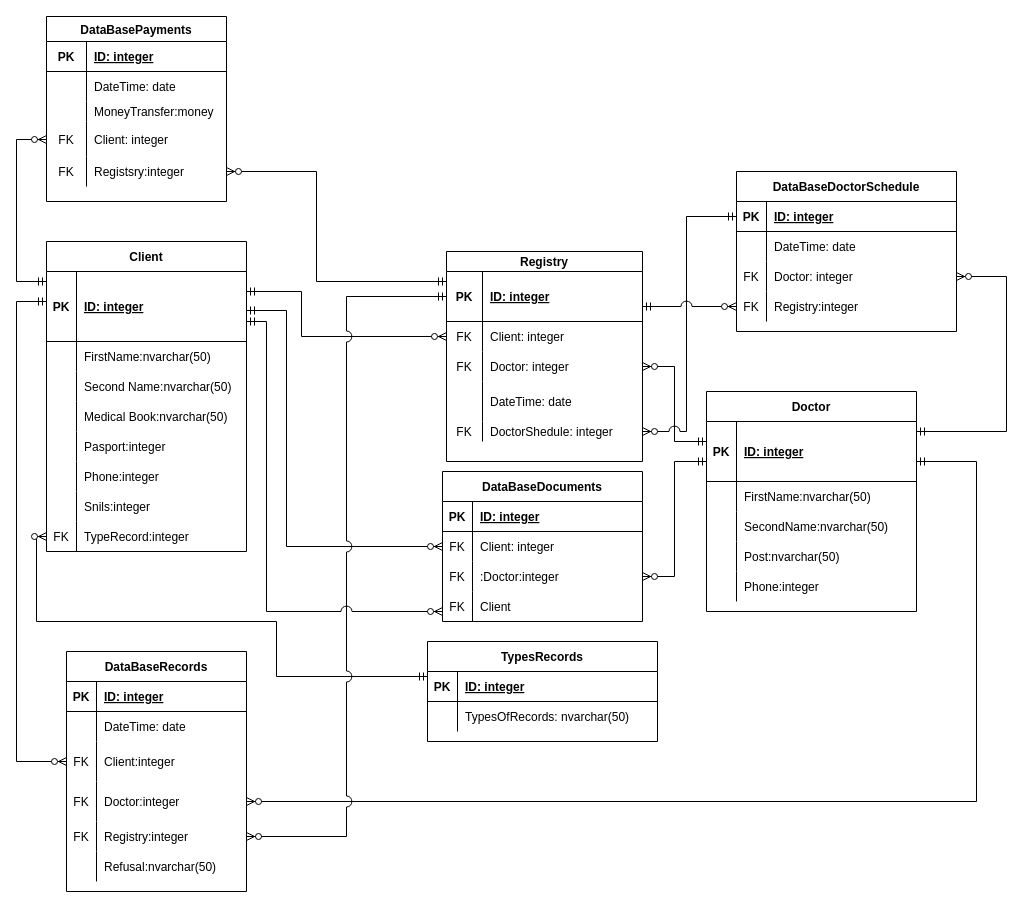
This is page "Страница 3" (3 of 3) of diagram.drawio from vlvsk/TechnologiiProg, a draw.io file, before an edit. Source tidied: cells renumbered, new cells numbered last; positions are measured from the earlier drawing's top-left corner, leaving out a move shared by most shapes. Both pictures are drawn from the tidied source at 100%, with x=0, y=0 at pixel (16, 16).
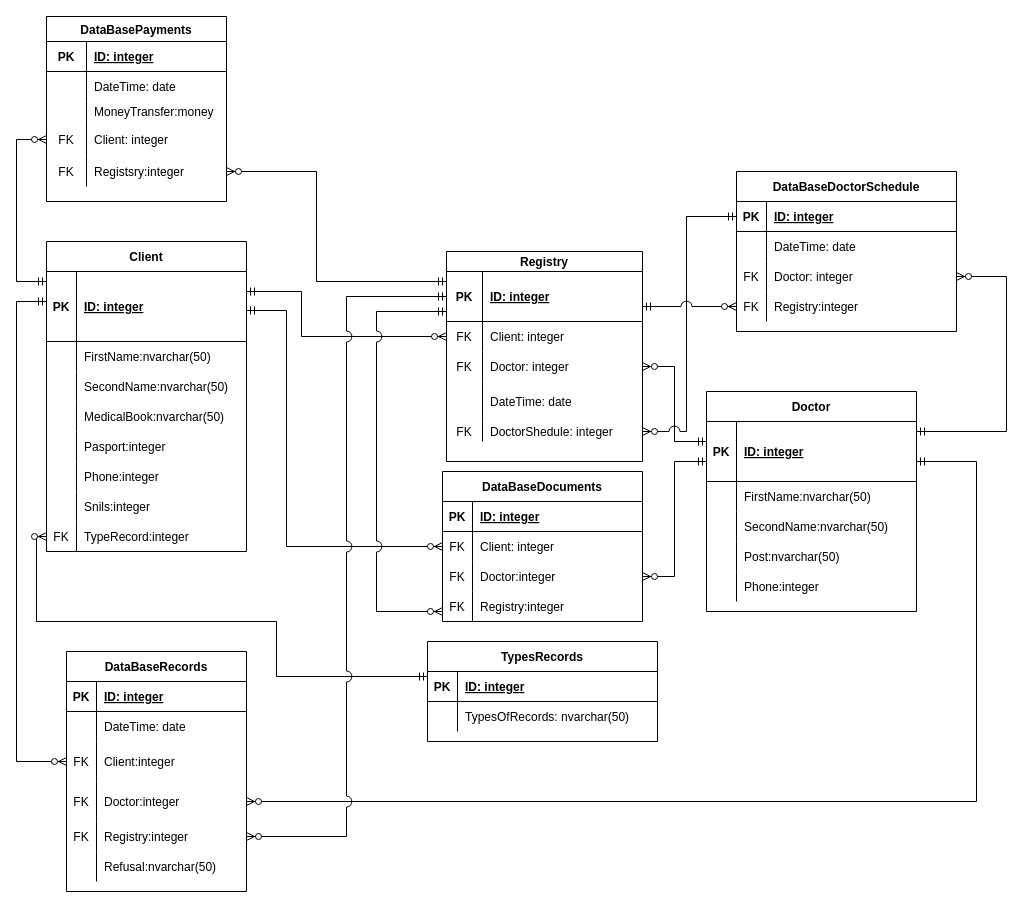
After the change.

Unchanged cells that the change refers to:
```xml
<mxCell id="3" style="shape=partialRectangle;fillColor=none;top=0;left=0;bottom=1;right=0;points=[[0,0.5],[1,0.5]];portConstraint=eastwest;" parent="2" vertex="1">
  <mxGeometry y="30" width="200" height="70" as="geometry" />
</mxCell>
<mxCell id="9" style="shape=partialRectangle;fillColor=none;top=0;left=0;bottom=0;right=0;" parent="2" vertex="1">
  <mxGeometry y="130" width="200" height="30" as="geometry" />
</mxCell>
<mxCell id="12" style="shape=partialRectangle;fillColor=none;top=0;left=0;bottom=0;right=0;" parent="2" vertex="1">
  <mxGeometry y="160" width="200" height="30" as="geometry" />
</mxCell>
<mxCell id="28" style="shape=partialRectangle;fillColor=none;top=0;left=0;bottom=1;right=0;points=[[0,0.5],[1,0.5]];portConstraint=eastwest;" parent="27" vertex="1">
  <mxGeometry y="20" width="196" height="50" as="geometry" />
</mxCell>
<mxCell id="85" style="shape=partialRectangle;fillColor=none;top=0;left=0;bottom=0;right=0;points=[[0,0.5],[1,0.5]];portConstraint=eastwest;strokeColor=#000000;" parent="78" vertex="1">
  <mxGeometry y="90" width="200" height="30" as="geometry" />
</mxCell>
<mxCell id="88" style="shape=partialRectangle;fillColor=none;top=0;left=0;bottom=0;right=0;points=[[0,0.5],[1,0.5]];portConstraint=eastwest;strokeColor=#000000;" parent="78" vertex="1">
  <mxGeometry y="120" width="200" height="30" as="geometry" />
</mxCell>
```

Diff of the diagram source:
```diff
@@
-    <mxCell id="11" value="Second Name:nvarchar(50)" style="shape=partialRectangle;fillColor=none;top=0;left=0;bottom=0;right=0;align=left;spacingLeft=6;overflow=hidden;" parent="9" vertex="1">
+    <mxCell id="11" value="SecondName:nvarchar(50)" style="shape=partialRectangle;fillColor=none;top=0;left=0;bottom=0;right=0;align=left;spacingLeft=6;overflow=hidden;" parent="9" vertex="1">
       <mxGeometry x="30" width="170" height="30" as="geometry" />
     </mxCell>
@@
-    <mxCell id="14" value="Medical Book:nvarchar(50)" style="shape=partialRectangle;fillColor=none;top=0;left=0;bottom=0;right=0;align=left;spacingLeft=6;overflow=hidden;" parent="12" vertex="1">
+    <mxCell id="14" value="MedicalBook:nvarchar(50)" style="shape=partialRectangle;fillColor=none;top=0;left=0;bottom=0;right=0;align=left;spacingLeft=6;overflow=hidden;" parent="12" vertex="1">
       <mxGeometry x="30" width="170" height="30" as="geometry" />
     </mxCell>
@@
-    <mxCell id="87" value=":Doctor:integer" style="shape=partialRectangle;fillColor=none;top=0;left=0;bottom=0;right=0;align=left;spacingLeft=6;overflow=hidden;strokeColor=#000000;" parent="85" vertex="1">
+    <mxCell id="87" value="Doctor:integer" style="shape=partialRectangle;fillColor=none;top=0;left=0;bottom=0;right=0;align=left;spacingLeft=6;overflow=hidden;strokeColor=#000000;" parent="85" vertex="1">
       <mxGeometry x="30" width="170" height="30" as="geometry" />
     </mxCell>
@@
-    <mxCell id="90" value="Client" style="shape=partialRectangle;fillColor=none;top=0;left=0;bottom=0;right=0;align=left;spacingLeft=6;overflow=hidden;strokeColor=#000000;" parent="88" vertex="1">
+    <mxCell id="90" value="Registry:integer" style="shape=partialRectangle;fillColor=none;top=0;left=0;bottom=0;right=0;align=left;spacingLeft=6;overflow=hidden;strokeColor=#000000;" parent="88" vertex="1">
       <mxGeometry x="30" width="170" height="30" as="geometry" />
     </mxCell>
@@
-    <mxCell id="138" style="edgeStyle=orthogonalEdgeStyle;fontSize=12;html=1;endArrow=ERzeroToMany;startArrow=ERmandOne;rounded=0;strokeColor=#000000;jumpStyle=arc;jumpSize=11;" parent="1" edge="1" source="3" target="88">
+    <mxCell id="138" style="edgeStyle=orthogonalEdgeStyle;fontSize=12;html=1;endArrow=ERzeroToMany;startArrow=ERmandOne;rounded=0;strokeColor=#000000;jumpStyle=arc;jumpSize=11;" parent="1" edge="1" source="28" target="88">
       <mxGeometry relative="1" as="geometry">
         <Array as="points">
-          <mxPoint x="250" y="305" />
-          <mxPoint x="250" y="595" />
+          <mxPoint x="360" y="295" />
+          <mxPoint x="360" y="595" />
         </Array>
       </mxGeometry>
     </mxCell>
```
